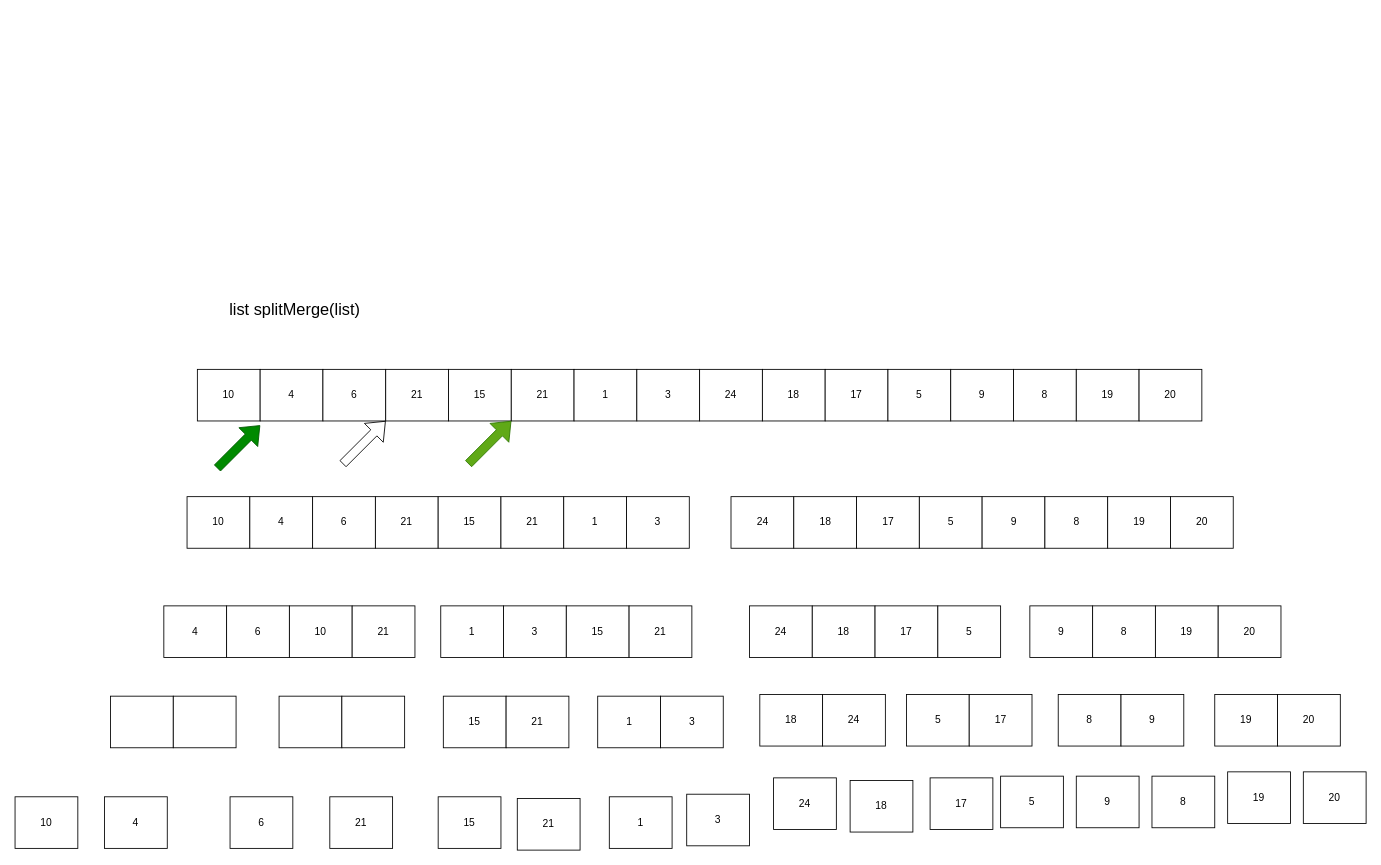
Above: doc/归并排序.dio in RenJiyun/psyduck (draw.io), before the change. Source tidied: cells renumbered, new cells numbered last; positions are measured from the earlier drawing's top-left corner, leaving out a move shared by most shapes. Both pictures are drawn from the tidied source at 86%, with x=0, y=0 at pixel (15, 298).
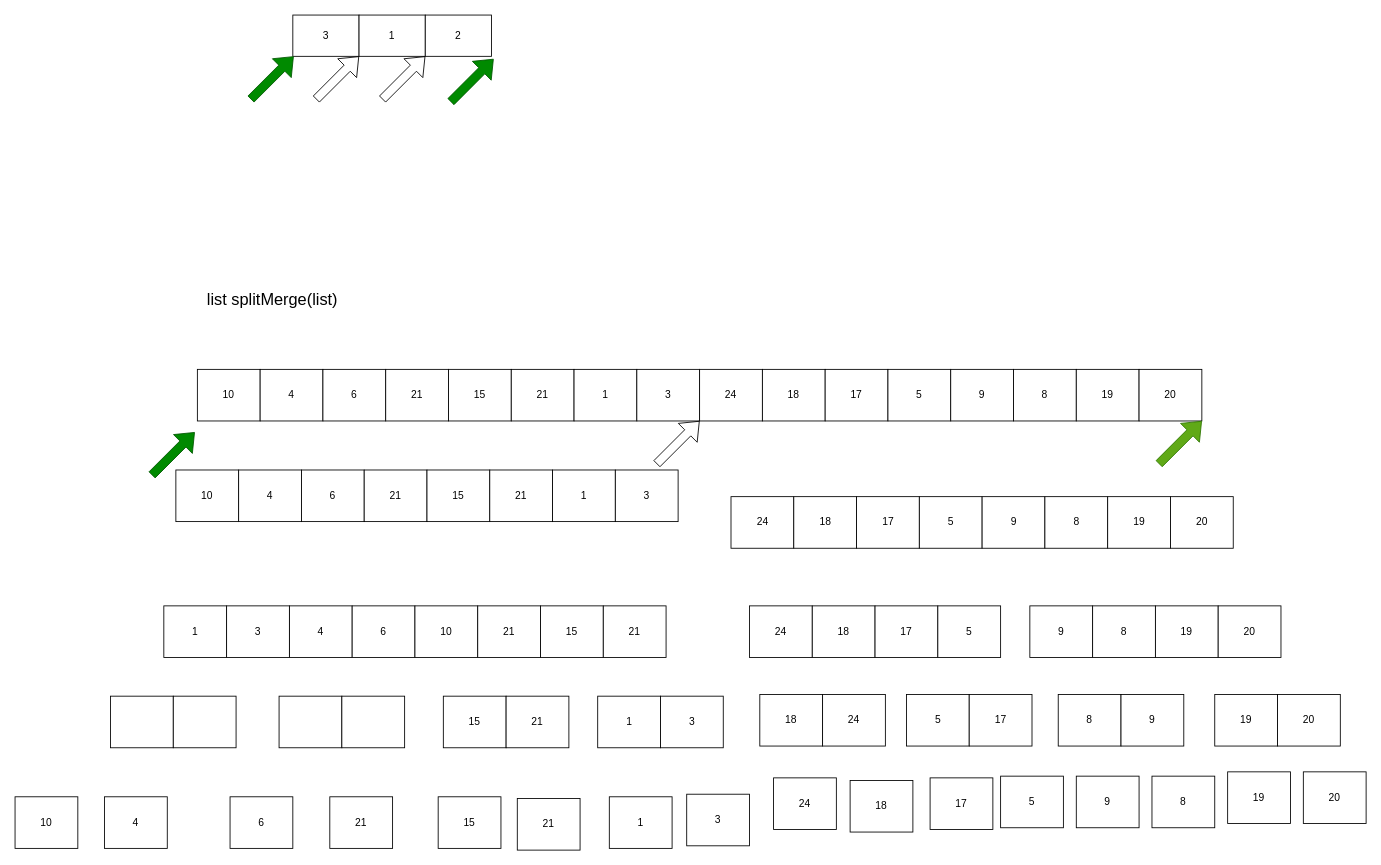
Above is the later version.

The edit, as a diff of the source:
```diff
@@
     <mxCell id="18" value="10" style="rounded=0;whiteSpace=wrap;html=1;" parent="1" vertex="1">
-      <mxGeometry x="200" y="231" width="73" height="60" as="geometry" />
+      <mxGeometry x="187" y="200" width="73" height="60" as="geometry" />
     </mxCell>
     <mxCell id="19" value="4" style="rounded=0;whiteSpace=wrap;html=1;" parent="1" vertex="1">
-      <mxGeometry x="273" y="231" width="73" height="60" as="geometry" />
+      <mxGeometry x="260" y="200" width="73" height="60" as="geometry" />
     </mxCell>
     <mxCell id="20" value="6" style="rounded=0;whiteSpace=wrap;html=1;" parent="1" vertex="1">
-      <mxGeometry x="346" y="231" width="73" height="60" as="geometry" />
+      <mxGeometry x="333" y="200" width="73" height="60" as="geometry" />
     </mxCell>
     <mxCell id="21" value="21" style="rounded=0;whiteSpace=wrap;html=1;" parent="1" vertex="1">
-      <mxGeometry x="419" y="231" width="73" height="60" as="geometry" />
+      <mxGeometry x="406" y="200" width="73" height="60" as="geometry" />
     </mxCell>
     <mxCell id="22" value="15" style="rounded=0;whiteSpace=wrap;html=1;" parent="1" vertex="1">
-      <mxGeometry x="492" y="231" width="73" height="60" as="geometry" />
+      <mxGeometry x="479" y="200" width="73" height="60" as="geometry" />
     </mxCell>
     <mxCell id="23" value="21" style="rounded=0;whiteSpace=wrap;html=1;" parent="1" vertex="1">
-      <mxGeometry x="565" y="231" width="73" height="60" as="geometry" />
+      <mxGeometry x="552" y="200" width="73" height="60" as="geometry" />
     </mxCell>
     <mxCell id="24" value="1" style="rounded=0;whiteSpace=wrap;html=1;" parent="1" vertex="1">
-      <mxGeometry x="638" y="231" width="73" height="60" as="geometry" />
+      <mxGeometry x="625" y="200" width="73" height="60" as="geometry" />
     </mxCell>
     <mxCell id="25" value="3" style="rounded=0;whiteSpace=wrap;html=1;" parent="1" vertex="1">
-      <mxGeometry x="711" y="231" width="73" height="60" as="geometry" />
+      <mxGeometry x="698" y="200" width="73" height="60" as="geometry" />
     </mxCell>
@@
     <mxCell id="34" value="4" style="rounded=0;whiteSpace=wrap;html=1;" parent="1" vertex="1">
-      <mxGeometry x="173" y="358" width="73" height="60" as="geometry" />
+      <mxGeometry x="319" y="358" width="73" height="60" as="geometry" />
     </mxCell>
     <mxCell id="35" value="6" style="rounded=0;whiteSpace=wrap;html=1;" parent="1" vertex="1">
-      <mxGeometry x="246" y="358" width="73" height="60" as="geometry" />
+      <mxGeometry x="392" y="358" width="73" height="60" as="geometry" />
     </mxCell>
     <mxCell id="36" value="10" style="rounded=0;whiteSpace=wrap;html=1;" parent="1" vertex="1">
-      <mxGeometry x="319" y="358" width="73" height="60" as="geometry" />
+      <mxGeometry x="465" y="358" width="73" height="60" as="geometry" />
     </mxCell>
     <mxCell id="37" value="21" style="rounded=0;whiteSpace=wrap;html=1;" parent="1" vertex="1">
-      <mxGeometry x="392" y="358" width="73" height="60" as="geometry" />
+      <mxGeometry x="538" y="358" width="73" height="60" as="geometry" />
     </mxCell>
     <mxCell id="38" value="1" style="rounded=0;whiteSpace=wrap;html=1;" parent="1" vertex="1">
-      <mxGeometry x="495" y="358" width="73" height="60" as="geometry" />
+      <mxGeometry x="173" y="358" width="73" height="60" as="geometry" />
     </mxCell>
     <mxCell id="39" value="3" style="rounded=0;whiteSpace=wrap;html=1;" parent="1" vertex="1">
-      <mxGeometry x="568" y="358" width="73" height="60" as="geometry" />
+      <mxGeometry x="246" y="358" width="73" height="60" as="geometry" />
     </mxCell>
     <mxCell id="40" value="15" style="rounded=0;whiteSpace=wrap;html=1;" parent="1" vertex="1">
-      <mxGeometry x="641" y="358" width="73" height="60" as="geometry" />
+      <mxGeometry x="611" y="358" width="73" height="60" as="geometry" />
     </mxCell>
     <mxCell id="41" value="21" style="rounded=0;whiteSpace=wrap;html=1;" parent="1" vertex="1">
-      <mxGeometry x="714" y="358" width="73" height="60" as="geometry" />
+      <mxGeometry x="684" y="358" width="73" height="60" as="geometry" />
     </mxCell>
@@
     <mxCell id="82" value="list splitMerge(list)" style="text;html=1;align=center;verticalAlign=middle;fontSize=19;" parent="1" vertex="1">
-      <mxGeometry x="244" width="162" height="27" as="geometry" />
+      <mxGeometry x="218" y="-11" width="162" height="27" as="geometry" />
     </mxCell>
     <mxCell id="83" style="shape=flexArrow;endArrow=classic;html=1;fontSize=19;" parent="1" edge="1">
       <mxGeometry relative="1" as="geometry">
-        <mxPoint x="381" y="193" as="sourcePoint" />
-        <mxPoint x="431" y="143" as="targetPoint" />
+        <mxPoint x="746" y="193" as="sourcePoint" />
+        <mxPoint x="796" y="143" as="targetPoint" />
       </mxGeometry>
     </mxCell>
     <mxCell id="84" style="shape=flexArrow;endArrow=classic;html=1;fontSize=19;fillColor=#008a00;strokeColor=#005700;" parent="1" edge="1">
       <mxGeometry relative="1" as="geometry">
-        <mxPoint x="235" y="198" as="sourcePoint" />
-        <mxPoint x="285" y="148" as="targetPoint" />
+        <mxPoint x="159" y="206" as="sourcePoint" />
+        <mxPoint x="209" y="156" as="targetPoint" />
       </mxGeometry>
     </mxCell>
     <mxCell id="85" style="shape=flexArrow;endArrow=classic;html=1;fontSize=19;fillColor=#60a917;strokeColor=#2D7600;" parent="1" edge="1">
       <mxGeometry relative="1" as="geometry">
-        <mxPoint x="527" y="193" as="sourcePoint" />
-        <mxPoint x="577" y="143" as="targetPoint" />
+        <mxPoint x="1330" y="193" as="sourcePoint" />
+        <mxPoint x="1380" y="143" as="targetPoint" />
       </mxGeometry>
     </mxCell>
+    <mxCell id="86" value="3" style="rounded=0;whiteSpace=wrap;html=1;" parent="1" vertex="1">
+      <mxGeometry x="323" y="-329" width="77" height="48" as="geometry" />
+    </mxCell>
+    <mxCell id="87" value="1" style="rounded=0;whiteSpace=wrap;html=1;" parent="1" vertex="1">
+      <mxGeometry x="400" y="-329" width="77" height="48" as="geometry" />
+    </mxCell>
+    <mxCell id="88" value="2" style="rounded=0;whiteSpace=wrap;html=1;" parent="1" vertex="1">
+      <mxGeometry x="477" y="-329" width="77" height="48" as="geometry" />
+    </mxCell>
+    <mxCell id="89" style="shape=flexArrow;endArrow=classic;html=1;fillColor=#008a00;strokeColor=#005700;" parent="1" edge="1">
+      <mxGeometry relative="1" as="geometry">
+        <mxPoint x="274" y="-231" as="sourcePoint" />
+        <mxPoint x="324" y="-281" as="targetPoint" />
+      </mxGeometry>
+    </mxCell>
+    <mxCell id="90" style="shape=flexArrow;endArrow=classic;html=1;fillColor=#008a00;strokeColor=#005700;" parent="1" edge="1">
+      <mxGeometry relative="1" as="geometry">
+        <mxPoint x="506.5" y="-228" as="sourcePoint" />
+        <mxPoint x="556.5" y="-278" as="targetPoint" />
+      </mxGeometry>
+    </mxCell>
+    <mxCell id="91" style="shape=flexArrow;endArrow=classic;html=1;" parent="1" edge="1">
+      <mxGeometry relative="1" as="geometry">
+        <mxPoint x="350" y="-231" as="sourcePoint" />
+        <mxPoint x="400" y="-281" as="targetPoint" />
+      </mxGeometry>
+    </mxCell>
+    <mxCell id="92" style="shape=flexArrow;endArrow=classic;html=1;" parent="1" edge="1">
+      <mxGeometry relative="1" as="geometry">
+        <mxPoint x="427" y="-231" as="sourcePoint" />
+        <mxPoint x="477" y="-281" as="targetPoint" />
+      </mxGeometry>
+    </mxCell>
```
